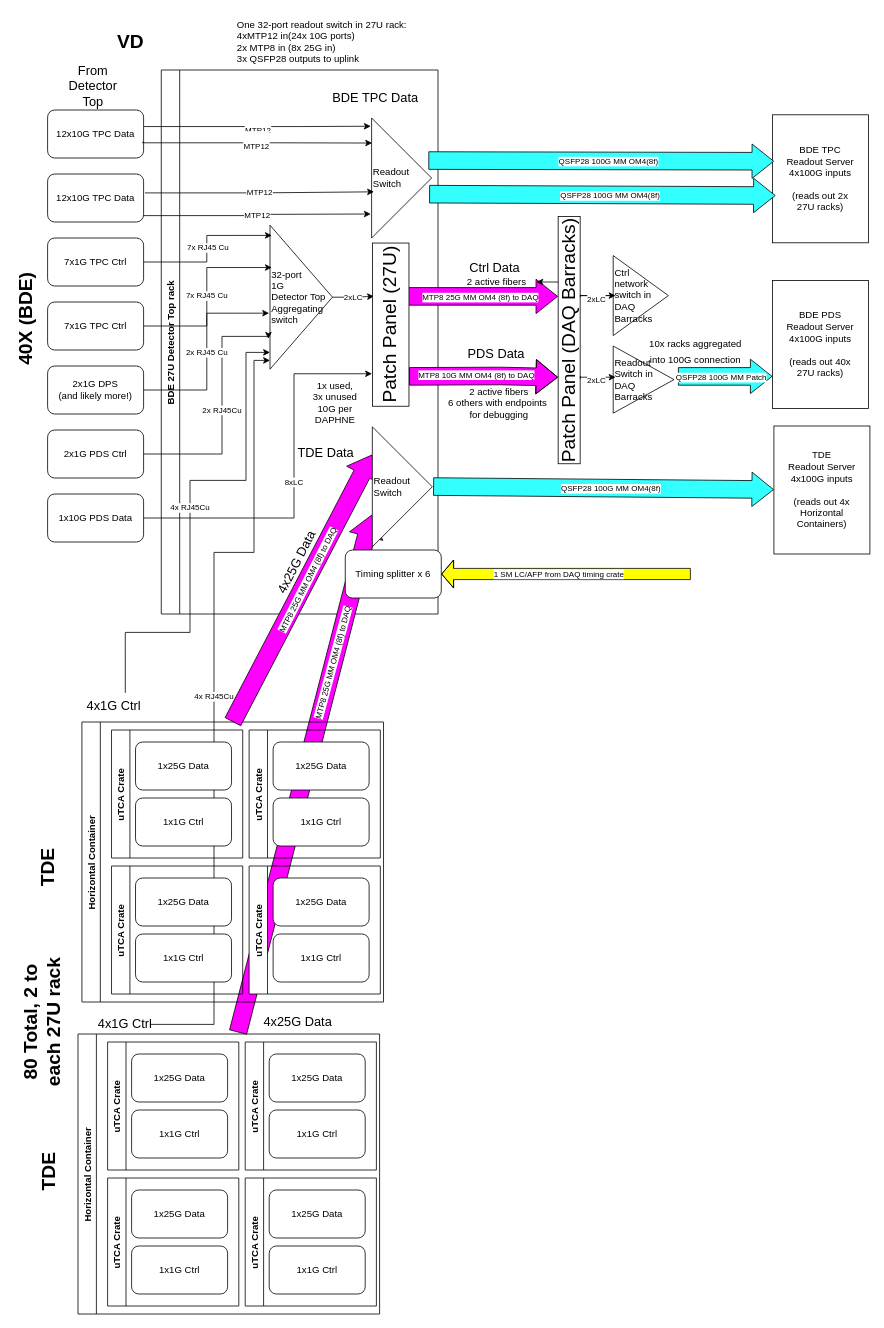
The draw.io diagram src/Facilities_and_Infrastructure/DUNE_Detector_Fiber_Plant-v3-VD_Fiber_Plant_Detector_Top_Readout.drawio in wesketchum/dunedaq-diagrams, before the edit. Source tidied: cells renumbered, new cells numbered last; positions are measured from the earlier drawing's top-left corner, leaving out a move shared by most shapes. Both pictures are drawn from the tidied source at 80%, with x=0, y=0 at pixel (-42, 14).
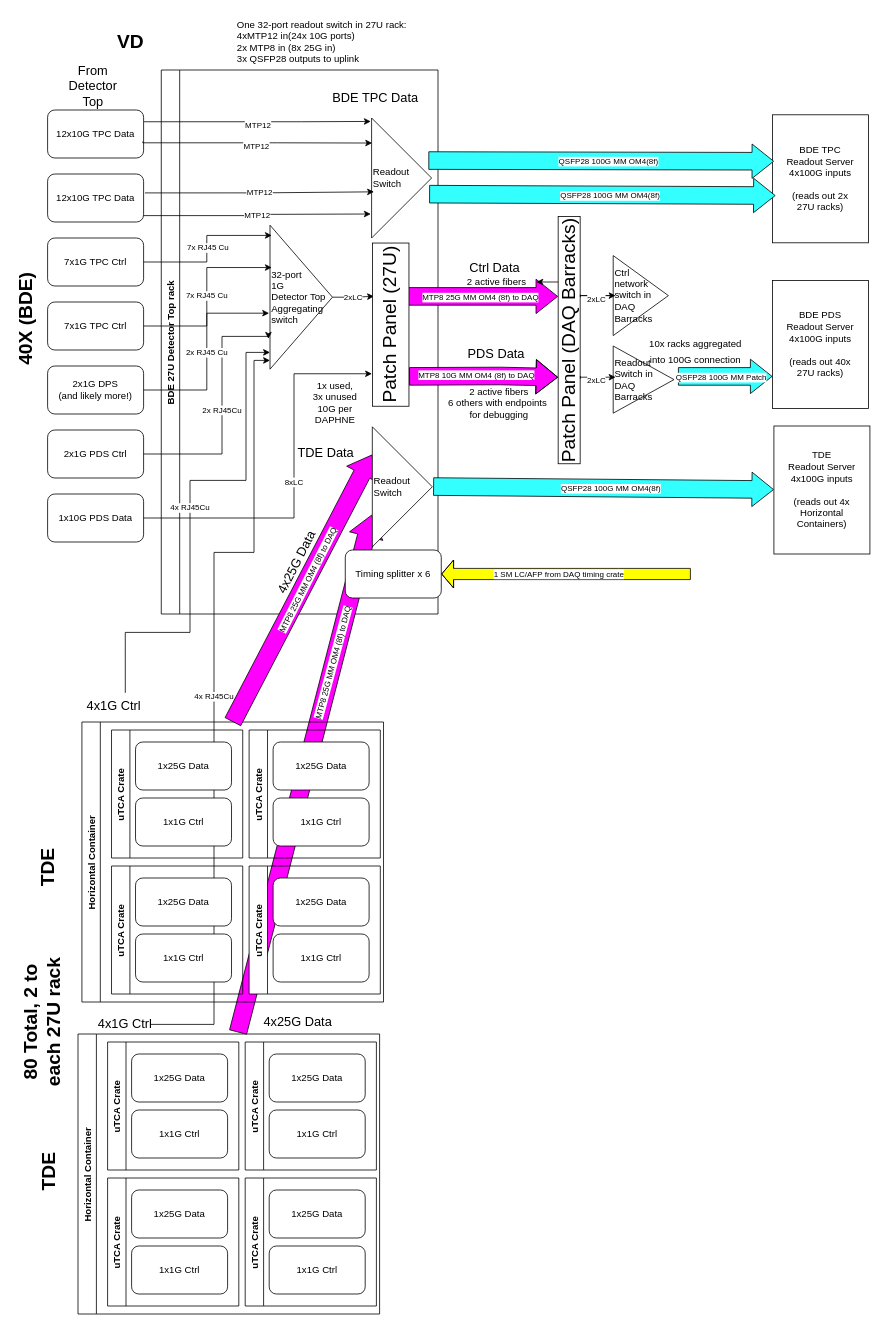
Above is the later version.

The change refers to these unchanged cells:
```xml
<mxCell id="60" value="12x10G TPC Data" style="rounded=1;whiteSpace=wrap;html=1;" parent="1" vertex="1">
  <mxGeometry x="111" y="120" width="120" height="60" as="geometry" />
</mxCell>
```

The edit, as a diff of the source:
```diff
@@
-    <mxCell id="61" value="&lt;span style=&quot;font-size: 10px;&quot;&gt;MTP12&lt;/span&gt;" style="edgeStyle=orthogonalEdgeStyle;rounded=0;jettySize=auto;html=1;exitX=1.005;exitY=0.345;exitDx=0;exitDy=0;entryX=0.967;entryY=-0.035;entryDx=0;entryDy=0;entryPerimeter=0;fontSize=24;exitPerimeter=0;" parent="1" edge="1" source="60">
+    <mxCell id="61" value="&lt;span style=&quot;font-size: 10px;&quot;&gt;MTP12&lt;/span&gt;" style="edgeStyle=orthogonalEdgeStyle;rounded=0;orthogonalLoop=1;jettySize=auto;html=1;exitX=1.005;exitY=0.345;exitDx=0;exitDy=0;entryX=0.967;entryY=-0.035;entryDx=0;entryDy=0;entryPerimeter=0;fontSize=24;exitPerimeter=0;" parent="1" edge="1">
       <mxGeometry relative="1" as="geometry">
-        <mxPoint x="515" y="140.3" as="targetPoint" />
+        <mxPoint x="231.6" y="134.7" as="sourcePoint" />
+        <mxPoint x="515" y="134.3" as="targetPoint" />
         <Array as="points">
-          <mxPoint x="428.1" y="141" />
+          <mxPoint x="428.1" y="135" />
         </Array>
       </mxGeometry>
     </mxCell>
```
